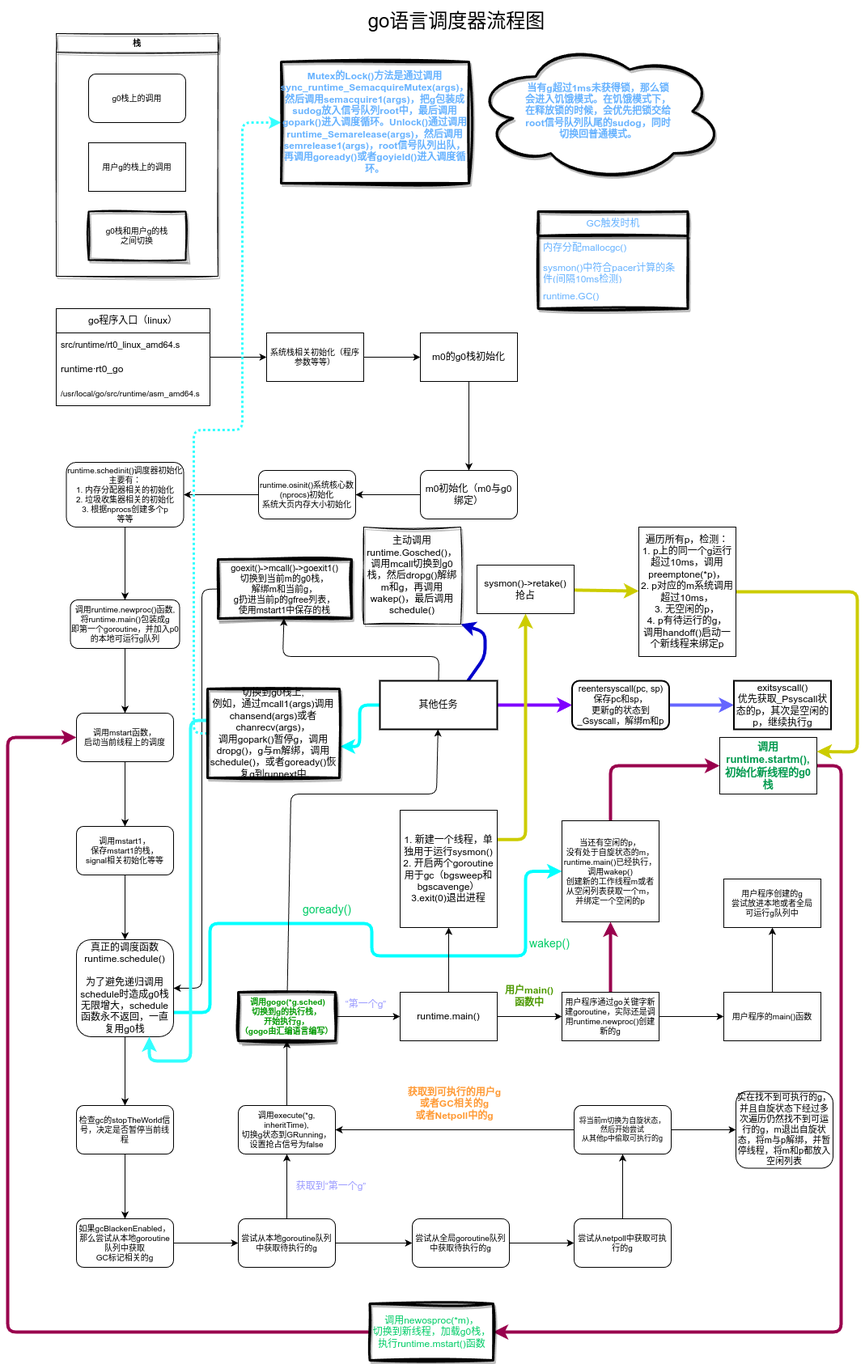
The draw.io diagram go_sched.png in moqsien/img_repo, before a commit. Source tidied: cells renumbered, new cells last; positions are measured from the earlier drawing's top-left corner, leaving out a move shared by most shapes.
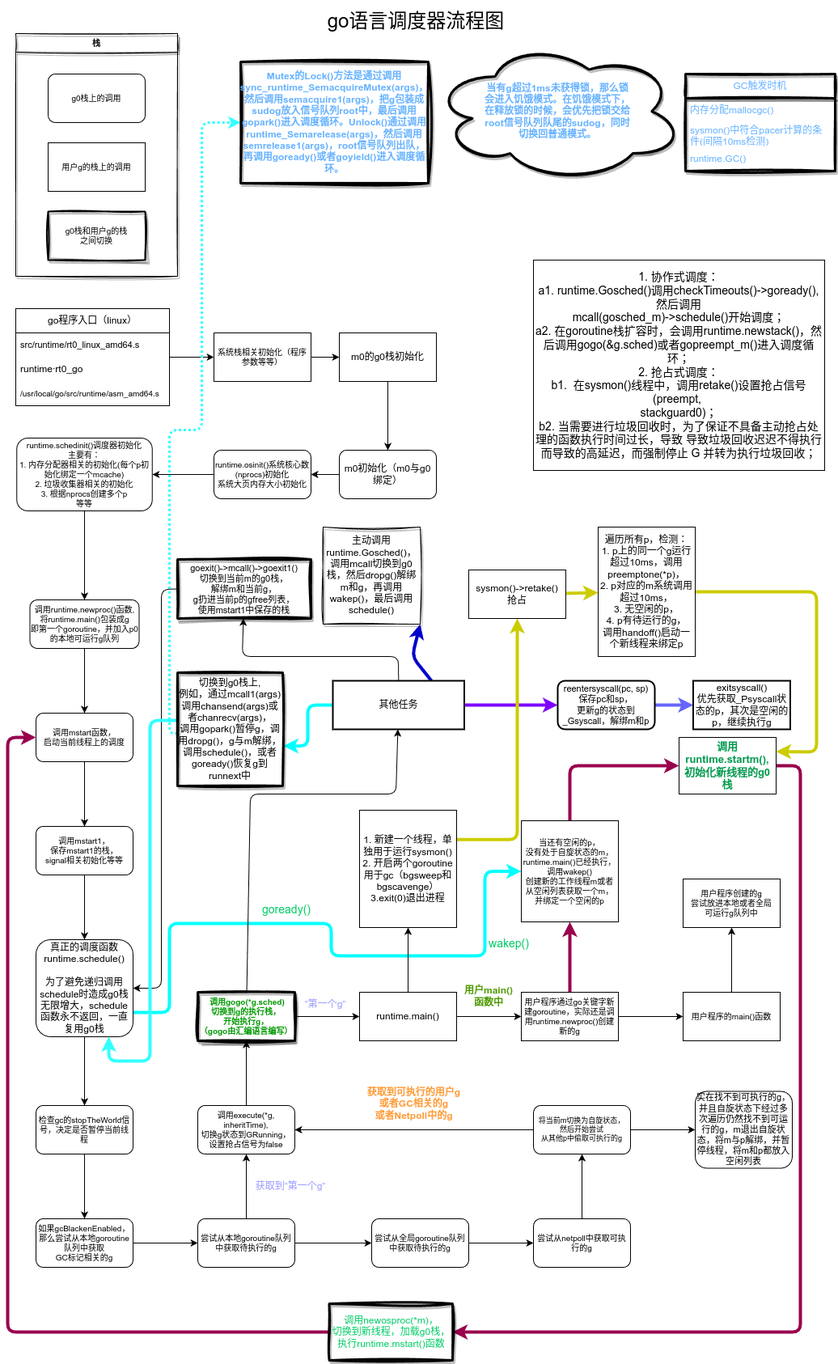
The same diagram one commit later.

Diff of the diagram source:
```diff
@@ -20,8 +20,8 @@
     <mxCell id="7" style="edgeStyle=none;html=1;fontSize=10;" parent="1" edge="1" source="8" target="10">
       <mxGeometry relative="1" as="geometry" />
     </mxCell>
-    <mxCell id="8" value="&lt;font style=&quot;font-size: 10px;&quot;&gt;runtime.schedinit()调度器初始化&lt;br&gt;主要有：&lt;br&gt;1. 内存分配器相关的初始化&lt;br&gt;2. 垃圾收集器相关的初始化&lt;br&gt;3. 根据nprocs创建多个p&lt;br&gt;等等&lt;br&gt;&lt;/font&gt;" style="whiteSpace=wrap;html=1;fontSize=7;fontStyle=0;startSize=30;rounded=1;" parent="1" vertex="1">
-      <mxGeometry x="72.5" y="570" width="145" height="80" as="geometry" />
+    <mxCell id="8" value="&lt;font style=&quot;font-size: 10px;&quot;&gt;runtime.schedinit()调度器初始化&lt;br&gt;主要有：&lt;br&gt;1. 内存分配器相关的初始化(每个p初始化绑定一个mcache)&lt;br&gt;2. 垃圾收集器相关的初始化&lt;br&gt;3. 根据nprocs创建多个p&lt;br&gt;等等&lt;br&gt;&lt;/font&gt;" style="whiteSpace=wrap;html=1;fontSize=7;fontStyle=0;startSize=30;rounded=1;" parent="1" vertex="1">
+      <mxGeometry x="61.2" y="540" width="167.5" height="90" as="geometry" />
     </mxCell>
     <mxCell id="9" style="edgeStyle=none;html=1;fontSize=10;" parent="1" edge="1" source="10" target="12">
       <mxGeometry relative="1" as="geometry" />
@@ -165,37 +165,36 @@
     <mxCell id="49" style="edgeStyle=none;html=1;exitX=0.75;exitY=0;exitDx=0;exitDy=0;entryX=1;entryY=1;entryDx=0;entryDy=0;strokeWidth=4;strokeColor=#0000CC;" parent="1" edge="1" source="50" target="89">
       <mxGeometry relative="1" as="geometry">
         <Array as="points">
-          <mxPoint x="590" y="810" />
-          <mxPoint x="590" y="780" />
+          <mxPoint x="550" y="810" />
         </Array>
       </mxGeometry>
     </mxCell>
     <mxCell id="50" value="&lt;font style=&quot;&quot;&gt;&lt;span style=&quot;font-size: 12px;&quot;&gt;其他任务&lt;/span&gt;&lt;br&gt;&lt;/font&gt;" style="whiteSpace=wrap;html=1;fontSize=7;fontStyle=0;startSize=30;rounded=0;shadow=0;strokeWidth=2;" parent="1" vertex="1">
-      <mxGeometry x="460" y="840" width="145" height="60" as="geometry" />
+      <mxGeometry x="452" y="840" width="162.5" height="60" as="geometry" />
     </mxCell>
     <mxCell id="51" style="edgeStyle=none;html=1;entryX=1;entryY=0.5;entryDx=0;entryDy=0;fontSize=10;" parent="1" edge="1" source="52" target="8">
       <mxGeometry relative="1" as="geometry" />
     </mxCell>
     <mxCell id="52" value="&lt;span style=&quot;font-size: 10px;&quot;&gt;runtime.osinit()系统核心数(nprocs)初始化&lt;/span&gt;&lt;br style=&quot;font-size: 10px;&quot;&gt;&lt;span style=&quot;font-size: 10px;&quot;&gt;系统大页内存大小初始化&lt;/span&gt;" style="whiteSpace=wrap;html=1;fontSize=7;fontStyle=0;startSize=30;rounded=1;" parent="1" vertex="1">
-      <mxGeometry x="310" y="580" width="120" height="60" as="geometry" />
+      <mxGeometry x="305" y="555" width="120" height="60" as="geometry" />
     </mxCell>
     <mxCell id="53" style="edgeStyle=none;html=1;entryX=1;entryY=0.5;entryDx=0;entryDy=0;fontSize=10;" parent="1" edge="1" source="54" target="52">
       <mxGeometry relative="1" as="geometry" />
     </mxCell>
     <mxCell id="54" value="&lt;span style=&quot;font-size: 12px;&quot;&gt;m0初始化（m0与g0绑定）&lt;/span&gt;" style="whiteSpace=wrap;html=1;fontSize=7;fontStyle=0;startSize=30;rounded=1;" parent="1" vertex="1">
-      <mxGeometry x="510" y="580" width="120" height="60" as="geometry" />
+      <mxGeometry x="460" y="555" width="120" height="60" as="geometry" />
     </mxCell>
     <mxCell id="55" style="edgeStyle=none;html=1;fontSize=12;fontColor=#4D9900;" parent="1" edge="1" source="56" target="54">
       <mxGeometry relative="1" as="geometry" />
     </mxCell>
     <mxCell id="56" value="&lt;span style=&quot;font-size: 12px;&quot;&gt;m0的g0栈初始化&lt;/span&gt;" style="whiteSpace=wrap;html=1;fontSize=7;fontStyle=0;startSize=30;" parent="1" vertex="1">
-      <mxGeometry x="510" y="410" width="120" height="60" as="geometry" />
+      <mxGeometry x="460" y="410" width="120" height="60" as="geometry" />
     </mxCell>
     <mxCell id="57" style="edgeStyle=none;html=1;entryX=0;entryY=0.5;entryDx=0;entryDy=0;fontSize=10;" parent="1" edge="1" source="58" target="56">
       <mxGeometry relative="1" as="geometry" />
     </mxCell>
     <mxCell id="58" value="&lt;font style=&quot;font-size: 10px;&quot;&gt;系统栈相关初始化（程序参数等等）&lt;/font&gt;" style="whiteSpace=wrap;html=1;fontSize=7;fontStyle=0;startSize=30;" parent="1" vertex="1">
-      <mxGeometry x="320" y="410" width="120" height="60" as="geometry" />
+      <mxGeometry x="305" y="410" width="120" height="60" as="geometry" />
     </mxCell>
     <mxCell id="59" value="栈" style="swimlane;whiteSpace=wrap;html=1;rounded=0;shadow=1;glass=0;sketch=1;fontSize=10;" parent="1" vertex="1">
       <mxGeometry x="60" y="40" width="200" height="300" as="geometry" />
@@ -265,8 +264,8 @@
     <mxCell id="77" style="edgeStyle=orthogonalEdgeStyle;html=1;entryX=0;entryY=0.5;entryDx=0;entryDy=0;strokeColor=#99004D;strokeWidth=4;fontSize=12;fontColor=#4D9900;exitX=0;exitY=0.5;exitDx=0;exitDy=0;" parent="1" edge="1" source="78" target="12">
       <mxGeometry relative="1" as="geometry">
         <Array as="points">
-          <mxPoint y="1645" />
-          <mxPoint y="910" />
+          <mxPoint x="50" y="1645" />
+          <mxPoint x="50" y="910" />
         </Array>
       </mxGeometry>
     </mxCell>
@@ -277,7 +276,7 @@
       <mxGeometry relative="1" as="geometry" />
     </mxCell>
     <mxCell id="80" value="&lt;font style=&quot;&quot;&gt;&lt;font style=&quot;font-size: 11px;&quot;&gt;reentersyscall(pc, sp)&lt;br&gt;保存pc和sp，&lt;br&gt;更新g的状态到_Gsyscall，解绑m和p&lt;/font&gt;&lt;br&gt;&lt;/font&gt;" style="whiteSpace=wrap;html=1;fontSize=7;fontStyle=0;startSize=30;rounded=1;shadow=0;strokeWidth=2;" parent="1" vertex="1">
-      <mxGeometry x="697.5" y="840" width="120" height="60" as="geometry" />
+      <mxGeometry x="730" y="840" width="120" height="60" as="geometry" />
     </mxCell>
     <mxCell id="81" value="&lt;span style=&quot;font-size: 12px;&quot;&gt;exitsyscall()&lt;br&gt;优先获取_Psyscall状态的p，其次是空闲的p，继续执行g&lt;br&gt;&lt;/span&gt;" style="whiteSpace=wrap;html=1;fontSize=7;fontStyle=0;startSize=30;rounded=0;shadow=0;strokeWidth=2;" parent="1" vertex="1">
       <mxGeometry x="897.5" y="840" width="120" height="60" as="geometry" />
@@ -294,15 +293,15 @@
     <mxCell id="83" style="edgeStyle=orthogonalEdgeStyle;html=1;entryX=0;entryY=0.5;entryDx=0;entryDy=0;strokeColor=#33FFFF;strokeWidth=3;fontSize=12;fontColor=#66B2FF;dashed=1;dashPattern=1 1;" parent="1" edge="1" source="84" target="92">
       <mxGeometry relative="1" as="geometry">
         <Array as="points">
-          <mxPoint x="230" y="905" />
-          <mxPoint x="230" y="530" />
+          <mxPoint x="250" y="905" />
+          <mxPoint x="250" y="530" />
           <mxPoint x="290" y="530" />
           <mxPoint x="290" y="150" />
         </Array>
       </mxGeometry>
     </mxCell>
     <mxCell id="84" value="&lt;font style=&quot;font-size: 12px;&quot;&gt;切换到g0栈上,&lt;br&gt;例如，通过mcall1(args)调用chansend(args)或者chanrecv(args)，&lt;br&gt;调用gopark()暂停g，调用dropg()，g与m解绑，调用schedule()，或者&lt;/font&gt;&lt;span style=&quot;font-size: 12px;&quot;&gt;goready()恢复g到runnext中&lt;/span&gt;" style="rounded=0;whiteSpace=wrap;html=1;shadow=1;sketch=1;fontSize=11;fillColor=none;strokeWidth=3;" parent="1" vertex="1">
-      <mxGeometry x="247" y="850" width="163" height="110" as="geometry" />
+      <mxGeometry x="260" y="830" width="130" height="140" as="geometry" />
     </mxCell>
     <mxCell id="85" value="&lt;font style=&quot;font-size: 14px;&quot;&gt;goready()&lt;/font&gt;" style="text;html=1;strokeColor=none;fillColor=none;align=center;verticalAlign=middle;whiteSpace=wrap;rounded=0;shadow=1;sketch=1;fontSize=12;fontColor=#00CC66;" parent="1" vertex="1">
       <mxGeometry x="365" y="1108" width="60" height="30" as="geometry" />
@@ -314,7 +313,7 @@
       <mxGeometry relative="1" as="geometry" />
     </mxCell>
     <mxCell id="88" value="sysmon()-&amp;gt;retake()&lt;br&gt;抢占" style="rounded=0;whiteSpace=wrap;html=1;shadow=0;fontSize=12;fillColor=none;" parent="1" vertex="1">
-      <mxGeometry x="580" y="697" width="120" height="60" as="geometry" />
+      <mxGeometry x="620" y="703" width="120" height="60" as="geometry" />
     </mxCell>
     <mxCell id="89" value="主动调用runtime.Gosched()，&lt;br&gt;调用mcall切换到g0栈，然后dropg()解绑m和g，再调用wakep()，最后调用schedule()" style="rounded=0;whiteSpace=wrap;html=1;sketch=1;curveFitting=1;jiggle=2;shadow=1;fillColor=none;" parent="1" vertex="1">
       <mxGeometry x="440" y="650" width="120" height="120" as="geometry" />
@@ -337,7 +336,7 @@
       <mxGeometry x="575" y="50" width="310" height="172.5" as="geometry" />
     </mxCell>
     <mxCell id="94" value="GC触发时机" style="swimlane;fontStyle=0;horizontal=1;startSize=30;whiteSpace=wrap;html=1;rounded=0;shadow=1;sketch=1;strokeWidth=3;fontSize=12;fontColor=#66B2FF;" parent="1" vertex="1">
-      <mxGeometry x="655.5" y="260" width="185" height="120" as="geometry" />
+      <mxGeometry x="888" y="90" width="185" height="120" as="geometry" />
     </mxCell>
     <mxCell id="95" value="内存分配mallocgc()" style="text;strokeColor=none;fillColor=none;align=left;verticalAlign=middle;spacingLeft=4;spacingRight=4;overflow=hidden;whiteSpace=wrap;html=1;rounded=0;shadow=1;sketch=1;strokeWidth=3;fontSize=12;fontColor=#66B2FF;" parent="94" vertex="1">
       <mxGeometry y="30" width="185" height="30" as="geometry" />
@@ -348,5 +347,8 @@
     <mxCell id="97" value="runtime.GC()" style="text;strokeColor=none;fillColor=none;align=left;verticalAlign=middle;spacingLeft=4;spacingRight=4;overflow=hidden;whiteSpace=wrap;html=1;rounded=0;shadow=1;sketch=1;strokeWidth=3;fontSize=12;fontColor=#66B2FF;" parent="94" vertex="1">
       <mxGeometry y="90" width="185" height="30" as="geometry" />
     </mxCell>
+    <mxCell id="98" value="&lt;font style=&quot;font-size: 14px;&quot;&gt;1. 协作式调度：&lt;br&gt;a1. runtime.Gosched()调用checkTimeouts()-&amp;gt;goready(),然后调用&lt;br&gt;mcall(gosched_m)-&amp;gt;schedule()开始调度；&lt;br&gt;a2. 在goroutine栈扩容时，会调用runtime.newstack()，然后调用gogo(&amp;amp;g.sched)或者gopreempt_m()进入调度循环；&lt;br&gt;2. 抢占式调度：&lt;br&gt;b1.&amp;nbsp; 在sysmon()线程中，调用retake()设置抢占信号(&lt;span style=&quot;background-color: initial;&quot;&gt;preempt,&amp;nbsp;&lt;br&gt;&lt;/span&gt;&lt;span style=&quot;background-color: initial;&quot;&gt;stackguard0&lt;/span&gt;)；&lt;br&gt;b2.&amp;nbsp;当需要进行垃圾回收时，为了保证不具备主动抢占处理的函数执行时间过长，导致 导致垃圾回收迟迟不得执行而导致的高延迟，而强制停止 G 并转为执行垃圾回收；&lt;/font&gt;" style="rounded=0;whiteSpace=wrap;html=1;" parent="1" vertex="1">
+      <mxGeometry x="700" y="320" width="360" height="260" as="geometry" />
+    </mxCell>
   </root>
 </mxGraphModel>
```
